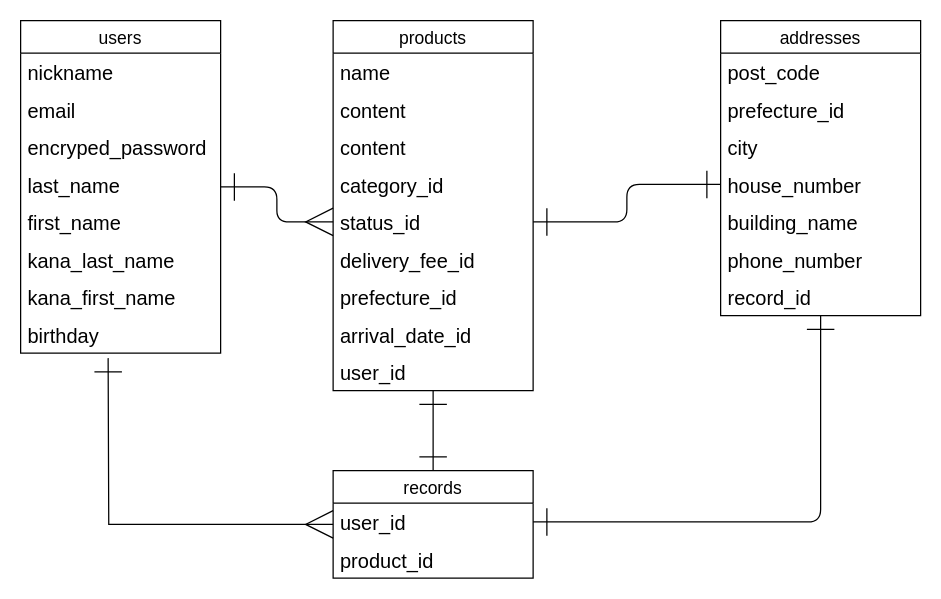
Above: fruima.dio in maxmyfriend/furima-35051 (draw.io), before the change. Source tidied: cells renumbered, new cells numbered last; positions are measured from the earlier drawing's top-left corner, leaving out a move shared by most shapes. Both pictures are drawn from the tidied source at 125%, with x=0, y=0 at pixel (20, 20).
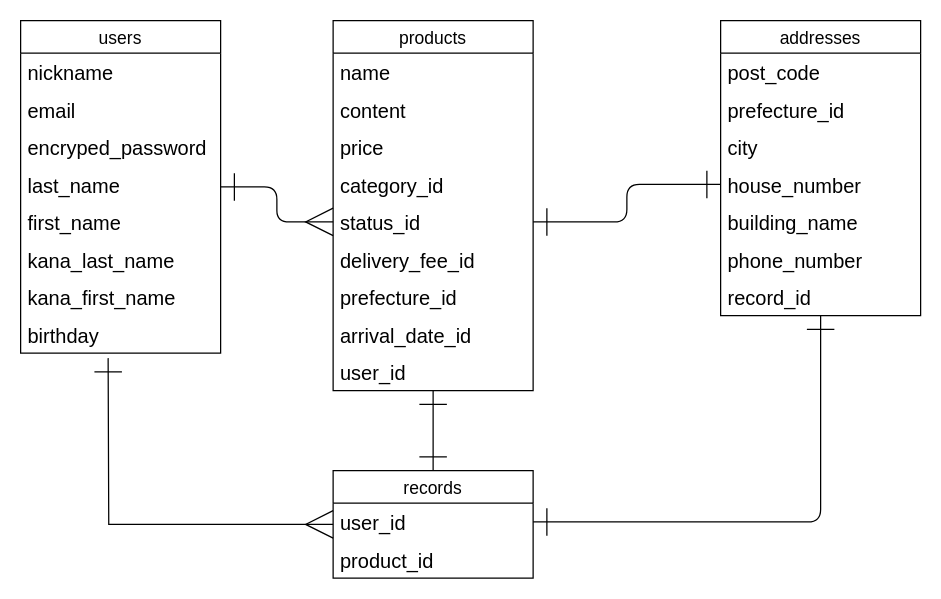
The same diagram, later.

Commit message (it also covers changes not shown here):
ER図、READMEの修正④

The change refers to these unchanged cells:
```xml
<mxCell id="13" value="products" style="swimlane;fontStyle=0;horizontal=1;startSize=26;align=center;fontSize=14;" parent="1" vertex="1">
  <mxGeometry x="250" width="160" height="296" as="geometry" />
</mxCell>
```

What changed in the source:
```diff
@@
-    <mxCell id="16" value="content" style="text;strokeColor=none;fillColor=none;spacingLeft=4;spacingRight=4;overflow=hidden;fontSize=16;" parent="13" vertex="1">
+    <mxCell id="16" value="price" style="text;strokeColor=none;fillColor=none;spacingLeft=4;spacingRight=4;overflow=hidden;fontSize=16;" parent="13" vertex="1">
       <mxGeometry y="86" width="160" height="30" as="geometry" />
     </mxCell>
```
